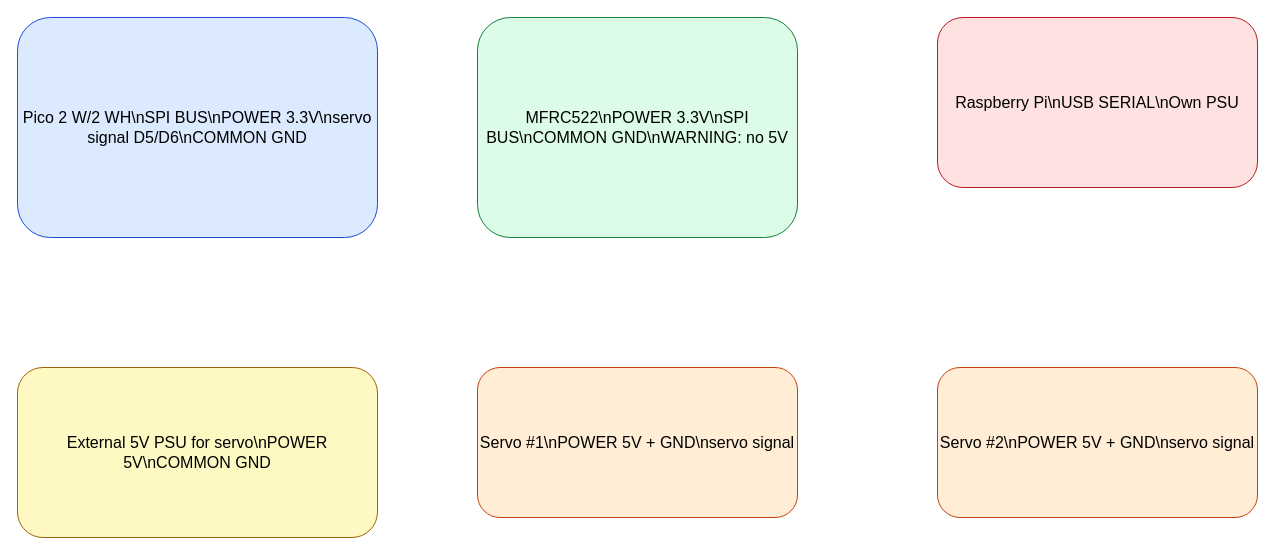
Before: docs/electrical/diagrams/mvp-node.drawio in atkinart/train-manager, a draw.io diagram. Source tidied: cells renumbered, new cells numbered last; positions are measured from the earlier drawing's top-left corner, leaving out a move shared by most shapes. Both pictures are drawn from the tidied source at 100%, with x=0, y=0 at pixel (17, 17).
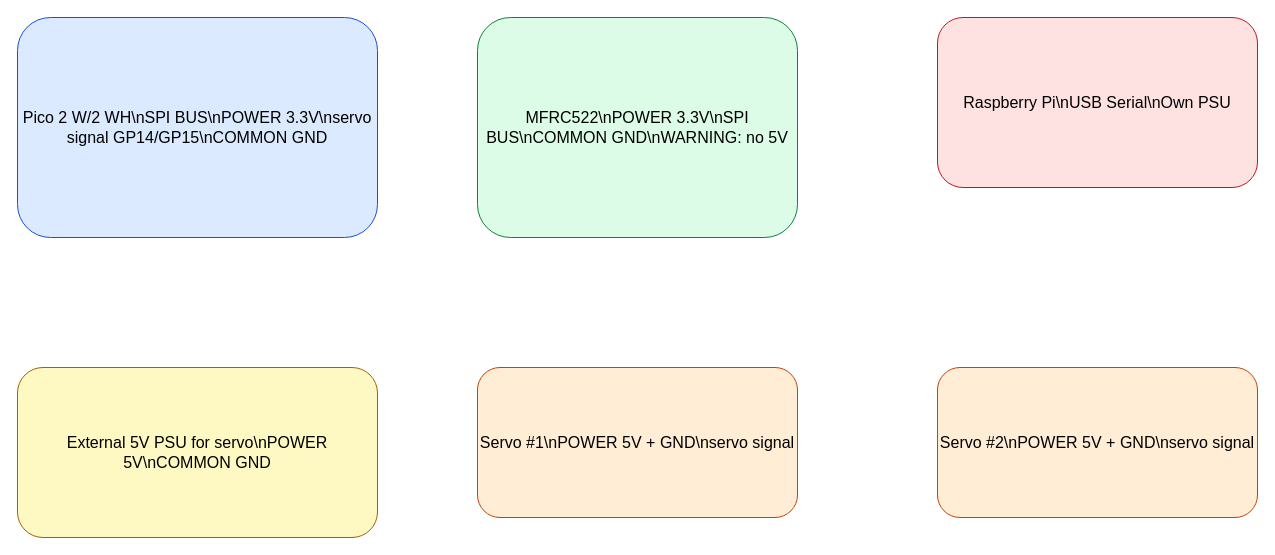
After the change.

The edit, as a diff of the source:
```diff
@@
 <mxGraphModel>
   <root>
     <mxCell id="0" />
     <mxCell id="1" parent="0" />
-    <mxCell id="2" value="Pico 2 W/2 WH\nSPI BUS\nPOWER 3.3V\nservo signal D5/D6\nCOMMON GND" style="rounded=1;whiteSpace=wrap;html=1;fillColor=#dbeafe;strokeColor=#1d4ed8;fontSize=16;" parent="1" vertex="1">
+    <mxCell id="2" value="Pico 2 W/2 WH\nSPI BUS\nPOWER 3.3V\nservo signal GP14/GP15\nCOMMON GND" style="rounded=1;whiteSpace=wrap;html=1;fillColor=#dbeafe;strokeColor=#1d4ed8;fontSize=16;" parent="1" vertex="1">
       <mxGeometry width="360" height="220" as="geometry" />
     </mxCell>
     <mxCell id="3" value="MFRC522\nPOWER 3.3V\nSPI BUS\nCOMMON GND\nWARNING: no 5V" style="rounded=1;whiteSpace=wrap;html=1;fillColor=#dcfce7;strokeColor=#15803d;fontSize=16;" parent="1" vertex="1">
       <mxGeometry x="460" width="320" height="220" as="geometry" />
     </mxCell>
-    <mxCell id="4" value="Raspberry Pi\nUSB SERIAL\nOwn PSU" style="rounded=1;whiteSpace=wrap;html=1;fillColor=#fee2e2;strokeColor=#b91c1c;fontSize=16;" parent="1" vertex="1">
+    <mxCell id="4" value="Raspberry Pi\nUSB Serial\nOwn PSU" style="rounded=1;whiteSpace=wrap;html=1;fillColor=#fee2e2;strokeColor=#b91c1c;fontSize=16;" parent="1" vertex="1">
       <mxGeometry x="920" width="320" height="170" as="geometry" />
     </mxCell>
     <mxCell id="5" value="External 5V PSU for servo\nPOWER 5V\nCOMMON GND" style="rounded=1;whiteSpace=wrap;html=1;fillColor=#fef9c3;strokeColor=#a16207;fontSize=16;" parent="1" vertex="1">
       <mxGeometry y="350" width="360" height="170" as="geometry" />
     </mxCell>
     <mxCell id="6" value="Servo #1\nPOWER 5V + GND\nservo signal" style="rounded=1;whiteSpace=wrap;html=1;fillColor=#ffedd5;strokeColor=#c2410c;fontSize=16;" parent="1" vertex="1">
       <mxGeometry x="460" y="350" width="320" height="150" as="geometry" />
     </mxCell>
     <mxCell id="7" value="Servo #2\nPOWER 5V + GND\nservo signal" style="rounded=1;whiteSpace=wrap;html=1;fillColor=#ffedd5;strokeColor=#c2410c;fontSize=16;" parent="1" vertex="1">
       <mxGeometry x="920" y="350" width="320" height="150" as="geometry" />
     </mxCell>
   </root>
 </mxGraphModel>
```
